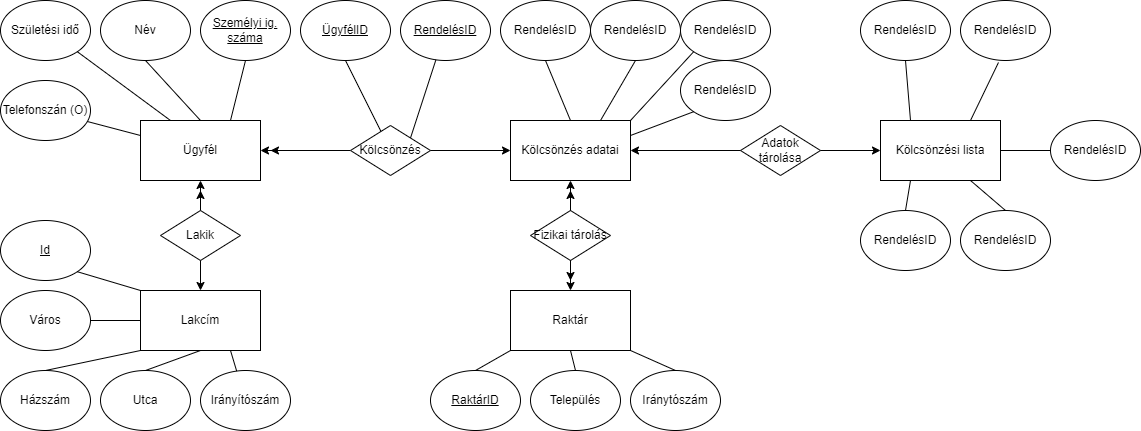
Above: XMLTaskGFMV6T/ERGFMV6T.png in ladiand/GFMV6T_XMLGyak (draw.io), before the change. Source tidied: cells renumbered, new cells last; positions are measured from the earlier drawing's top-left corner, leaving out a move shared by most shapes.
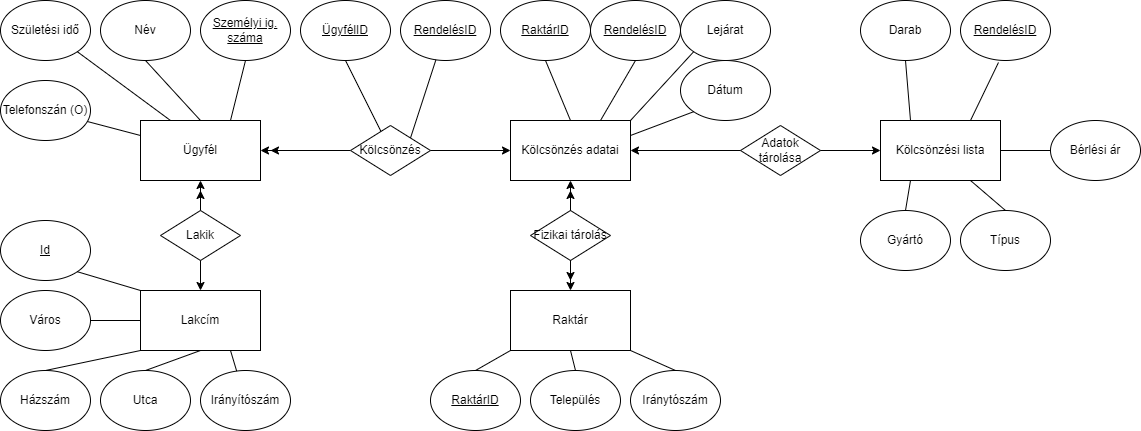
The same file after the commit.

Diff of the diagram source:
```diff
@@ -150,31 +150,31 @@
     <mxCell id="47" value="Iránytószám" style="ellipse;whiteSpace=wrap;html=1;fontStyle=0;" parent="1" vertex="1">
       <mxGeometry x="630" y="370" width="90" height="60" as="geometry" />
     </mxCell>
-    <mxCell id="48" value="RendelésID" style="ellipse;whiteSpace=wrap;html=1;fontStyle=0;" parent="1" vertex="1">
+    <mxCell id="48" value="RaktárID" style="ellipse;whiteSpace=wrap;html=1;fontStyle=4;" parent="1" vertex="1">
       <mxGeometry x="500" width="90" height="60" as="geometry" />
     </mxCell>
-    <mxCell id="49" value="RendelésID" style="ellipse;whiteSpace=wrap;html=1;fontStyle=0;" parent="1" vertex="1">
+    <mxCell id="49" value="RendelésID" style="ellipse;whiteSpace=wrap;html=1;fontStyle=4;" parent="1" vertex="1">
       <mxGeometry x="590" width="90" height="60" as="geometry" />
     </mxCell>
-    <mxCell id="50" value="RendelésID" style="ellipse;whiteSpace=wrap;html=1;fontStyle=0;" parent="1" vertex="1">
+    <mxCell id="50" value="Lejárat" style="ellipse;whiteSpace=wrap;html=1;fontStyle=0;" parent="1" vertex="1">
       <mxGeometry x="680" width="90" height="60" as="geometry" />
     </mxCell>
-    <mxCell id="51" value="RendelésID" style="ellipse;whiteSpace=wrap;html=1;fontStyle=0;" parent="1" vertex="1">
+    <mxCell id="51" value="Gyártó" style="ellipse;whiteSpace=wrap;html=1;fontStyle=0;" parent="1" vertex="1">
       <mxGeometry x="860" y="210" width="90" height="60" as="geometry" />
     </mxCell>
-    <mxCell id="52" value="RendelésID" style="ellipse;whiteSpace=wrap;html=1;fontStyle=0;" parent="1" vertex="1">
+    <mxCell id="52" value="Dátum" style="ellipse;whiteSpace=wrap;html=1;fontStyle=0;" parent="1" vertex="1">
       <mxGeometry x="680" y="60" width="90" height="60" as="geometry" />
     </mxCell>
-    <mxCell id="53" value="RendelésID" style="ellipse;whiteSpace=wrap;html=1;fontStyle=0;" parent="1" vertex="1">
+    <mxCell id="53" value="Típus" style="ellipse;whiteSpace=wrap;html=1;fontStyle=0;" parent="1" vertex="1">
       <mxGeometry x="960" y="210" width="90" height="60" as="geometry" />
     </mxCell>
-    <mxCell id="54" value="RendelésID" style="ellipse;whiteSpace=wrap;html=1;fontStyle=0;" parent="1" vertex="1">
+    <mxCell id="54" value="Bérlési ár" style="ellipse;whiteSpace=wrap;html=1;fontStyle=0;" parent="1" vertex="1">
       <mxGeometry x="1050" y="120" width="90" height="60" as="geometry" />
     </mxCell>
-    <mxCell id="55" value="RendelésID" style="ellipse;whiteSpace=wrap;html=1;fontStyle=0;" parent="1" vertex="1">
+    <mxCell id="55" value="RendelésID" style="ellipse;whiteSpace=wrap;html=1;fontStyle=4;" parent="1" vertex="1">
       <mxGeometry x="960" width="90" height="60" as="geometry" />
     </mxCell>
-    <mxCell id="56" value="RendelésID" style="ellipse;whiteSpace=wrap;html=1;fontStyle=0;" parent="1" vertex="1">
+    <mxCell id="56" value="Darab" style="ellipse;whiteSpace=wrap;html=1;fontStyle=0;" parent="1" vertex="1">
       <mxGeometry x="860" width="90" height="60" as="geometry" />
     </mxCell>
     <mxCell id="57" style="endArrow=none;html=1;rounded=0;exitX=0.5;exitY=0;exitDx=0;exitDy=0;entryX=1;entryY=1;entryDx=0;entryDy=0;" parent="1" edge="1" source="47" target="15">
```
